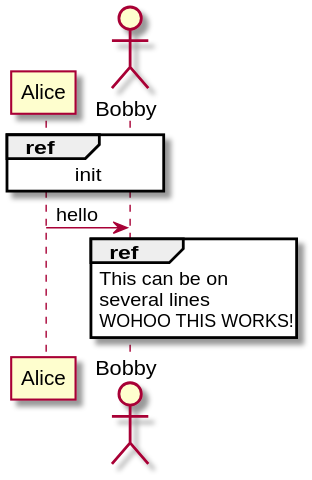
paskahlisanjas/diagram-as-code keeps this PlantUML diagram as new-diagram.svg. Above is the earlier version.
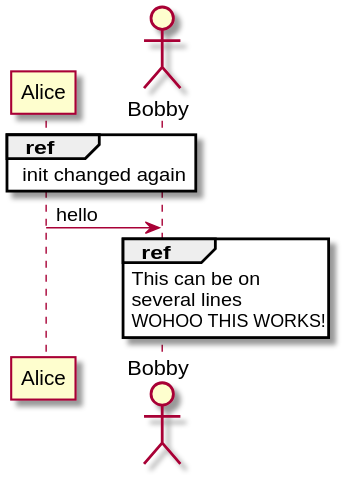
Later version of the same file.

Commit message:
chore: re-generate UML diagrams

Change to the diagram source:
```diff
@@ -2,7 +2,7 @@
 participant Alice
 actor Bobby
 
-ref over Alice, Bobby : init
+ref over Alice, Bobby : init changed again
 
 Alice -> Bobby : hello
 
```
